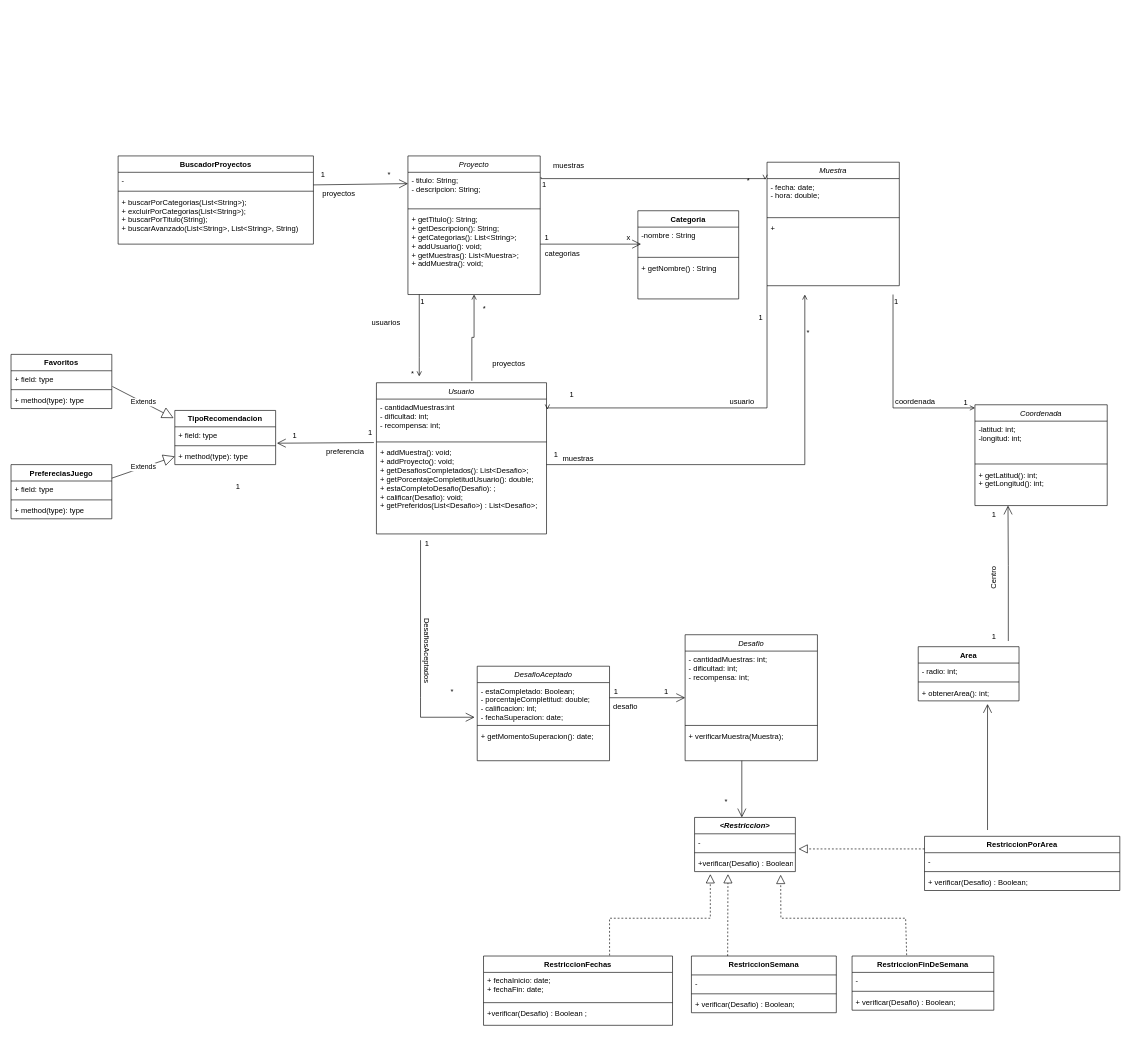
This is Diagrama tp.drawio from EliasBaron/unqui-po2-tpFinal, a draw.io file, before an edit. Source tidied: cells renumbered, new cells numbered last; positions are measured from the earlier drawing's top-left corner, leaving out a move shared by most shapes. Both pictures are drawn from the tidied source at 63%, with x=0, y=0 at pixel (11, 156).
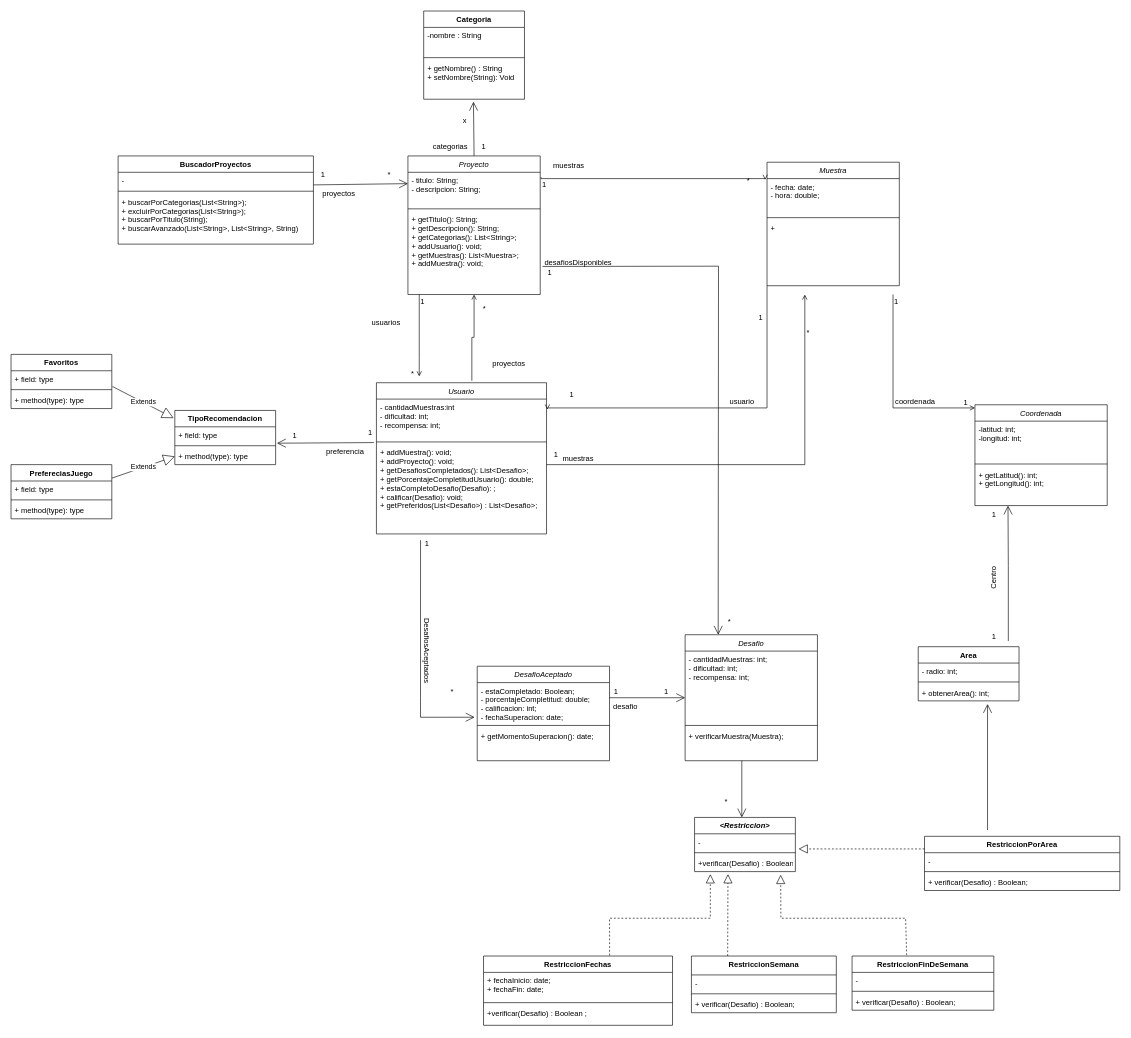
After the change.

The change refers to these unchanged cells:
```xml
<mxCell id="2" value="Proyecto" style="swimlane;fontStyle=2;align=center;verticalAlign=top;horizontal=1;startSize=26;rounded=0;shadow=0;strokeWidth=1;" parent="1" vertex="1">
  <mxGeometry x="630" width="210" height="220" as="geometry" />
</mxCell>
<mxCell id="5" value="+ getTitulo(): String;&#10;+ getDescripcion(): String;&#10;+ getCategorias(): List&lt;String&gt;;&#10;+ addUsuario(): void;&#10;+ getMuestras(): List&lt;Muestra&gt;;&#10;+ addMuestra(): void;" style="text;align=left;verticalAlign=top;spacingLeft=4;spacingRight=4;overflow=hidden;points=[[0,0.5],[1,0.5]];portConstraint=eastwest;" parent="2" vertex="1">
  <mxGeometry y="88" width="210" height="104" as="geometry" />
</mxCell>
<mxCell id="14" value="Desafio" style="swimlane;fontStyle=2;align=center;verticalAlign=top;horizontal=1;startSize=26;rounded=0;shadow=0;strokeWidth=1;" parent="1" vertex="1">
  <mxGeometry x="1070" y="760" width="210" height="200" as="geometry" />
</mxCell>
```

What changed in the source:
```diff
@@
-    <mxCell id="96" value="1" style="text;html=1;align=center;verticalAlign=middle;strokeColor=none;fillColor=none;" parent="1" vertex="1">
-      <mxGeometry x="345" y="510" width="30" height="30" as="geometry" />
-    </mxCell>
     <mxCell id="97" value="Categoria" style="swimlane;fontStyle=1;align=center;verticalAlign=top;horizontal=1;startSize=26;" parent="1" vertex="1">
-      <mxGeometry x="995" y="87" width="160" height="140" as="geometry" />
+      <mxGeometry x="655" y="-230" width="160" height="140" as="geometry" />
     </mxCell>
@@
-    <mxCell id="100" value="+ getNombre() : String&#10;" style="text;strokeColor=none;fillColor=none;align=left;verticalAlign=top;spacingLeft=4;spacingRight=4;overflow=hidden;points=[[0,0.5],[1,0.5]];portConstraint=eastwest;" parent="97" vertex="1">
+    <mxCell id="100" value="+ getNombre() : String&#10;+ setNombre(String): Void" style="text;strokeColor=none;fillColor=none;align=left;verticalAlign=top;spacingLeft=4;spacingRight=4;overflow=hidden;points=[[0,0.5],[1,0.5]];portConstraint=eastwest;" parent="97" vertex="1">
       <mxGeometry y="78" width="160" height="62" as="geometry" />
     </mxCell>
-    <mxCell id="101" style="endArrow=open;endFill=1;endSize=12;html=1;rounded=0;" parent="1" edge="1">
-      <mxGeometry relative="1" as="geometry">
-        <mxPoint x="840" y="140" as="sourcePoint" />
-        <mxPoint x="1000" y="140" as="targetPoint" />
-      </mxGeometry>
+    <mxCell id="101" style="endArrow=open;endFill=1;endSize=12;html=1;rounded=0;exitX=0.5;exitY=0;exitDx=0;exitDy=0;entryX=0.494;entryY=1.065;entryDx=0;entryDy=0;entryPerimeter=0;" parent="1" edge="1" source="2" target="100">
+      <mxGeometry relative="1" as="geometry" />
     </mxCell>
     <mxCell id="102" value="x" style="text;html=1;align=center;verticalAlign=middle;strokeColor=none;fillColor=none;" parent="1" vertex="1">
-      <mxGeometry x="965" y="115" width="30" height="30" as="geometry" />
+      <mxGeometry x="705" y="-70" width="30" height="30" as="geometry" />
     </mxCell>
     <mxCell id="103" value="1" style="text;html=1;align=center;verticalAlign=middle;strokeColor=none;fillColor=none;" parent="1" vertex="1">
-      <mxGeometry x="835" y="115" width="30" height="30" as="geometry" />
+      <mxGeometry x="735" y="-30" width="30" height="30" as="geometry" />
     </mxCell>
     <mxCell id="104" value="categorias" style="text;html=1;align=center;verticalAlign=middle;strokeColor=none;fillColor=none;" parent="1" vertex="1">
-      <mxGeometry x="835" y="140" width="80" height="30" as="geometry" />
+      <mxGeometry x="657" y="-30" width="80" height="30" as="geometry" />
     </mxCell>
@@
+    <mxCell id="127" style="endArrow=open;endFill=1;endSize=12;html=1;rounded=0;exitX=1.017;exitY=0.841;exitDx=0;exitDy=0;exitPerimeter=0;entryX=0.25;entryY=0;entryDx=0;entryDy=0;" parent="1" edge="1" source="5" target="14">
+      <mxGeometry relative="1" as="geometry">
+        <Array as="points">
+          <mxPoint x="1123" y="175" />
+        </Array>
+      </mxGeometry>
+    </mxCell>
+    <mxCell id="96" value="1" style="text;html=1;align=center;verticalAlign=middle;strokeColor=none;fillColor=none;" parent="1" vertex="1">
+      <mxGeometry x="840" y="170" width="30" height="30" as="geometry" />
+    </mxCell>
+    <mxCell id="128" value="*" style="text;html=1;align=center;verticalAlign=middle;strokeColor=none;fillColor=none;" parent="1" vertex="1">
+      <mxGeometry x="1125" y="725" width="30" height="30" as="geometry" />
+    </mxCell>
+    <mxCell id="129" value="desafiosDisponibles" style="text;html=1;align=center;verticalAlign=middle;strokeColor=none;fillColor=none;" parent="1" vertex="1">
+      <mxGeometry x="835" y="155" width="130" height="30" as="geometry" />
+    </mxCell>
```
